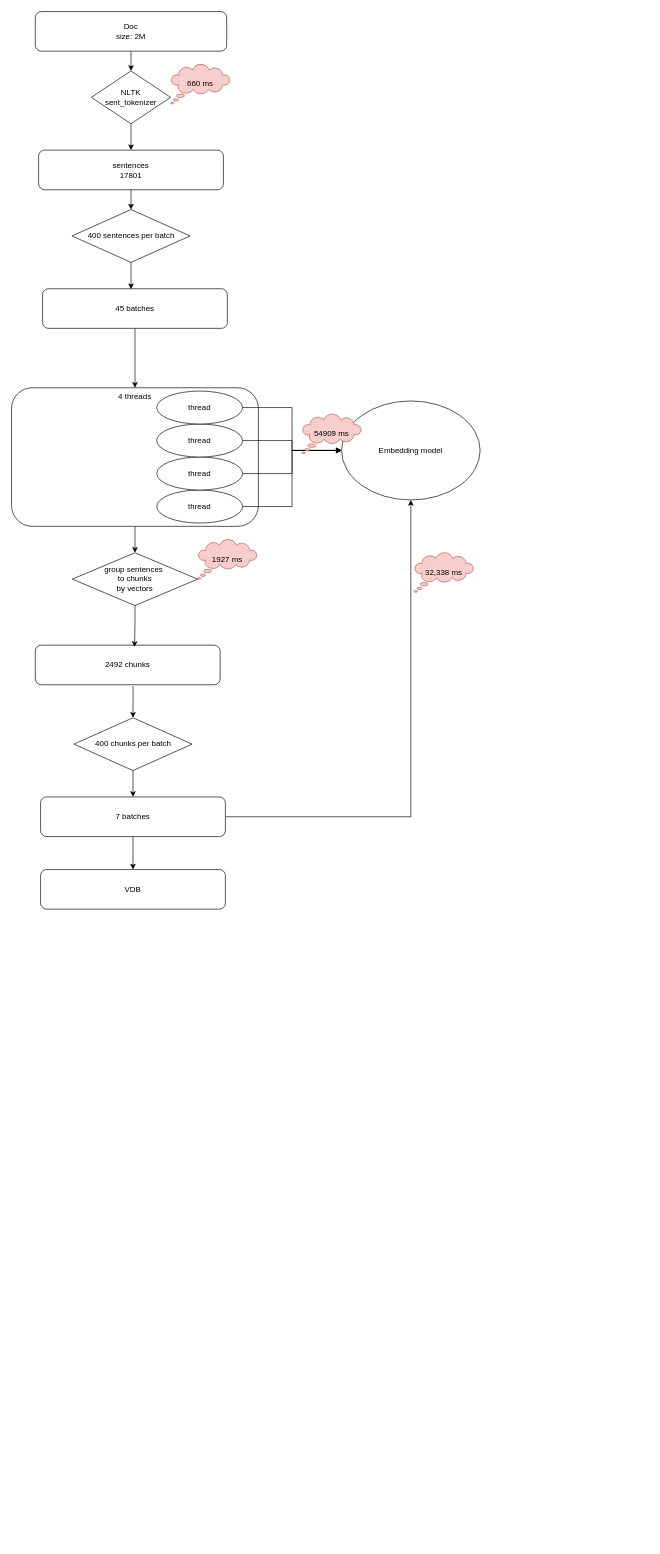
This is LLM/Adaptive chunk timing.drawio from Ice-YcY/Diagram, a draw.io file, before an edit. Source tidied: cells renumbered, new cells numbered last; positions are measured from the earlier drawing's top-left corner, leaving out a move shared by most shapes. Both pictures are drawn from the tidied source at 66%, with x=0, y=0 at pixel (11, 11).
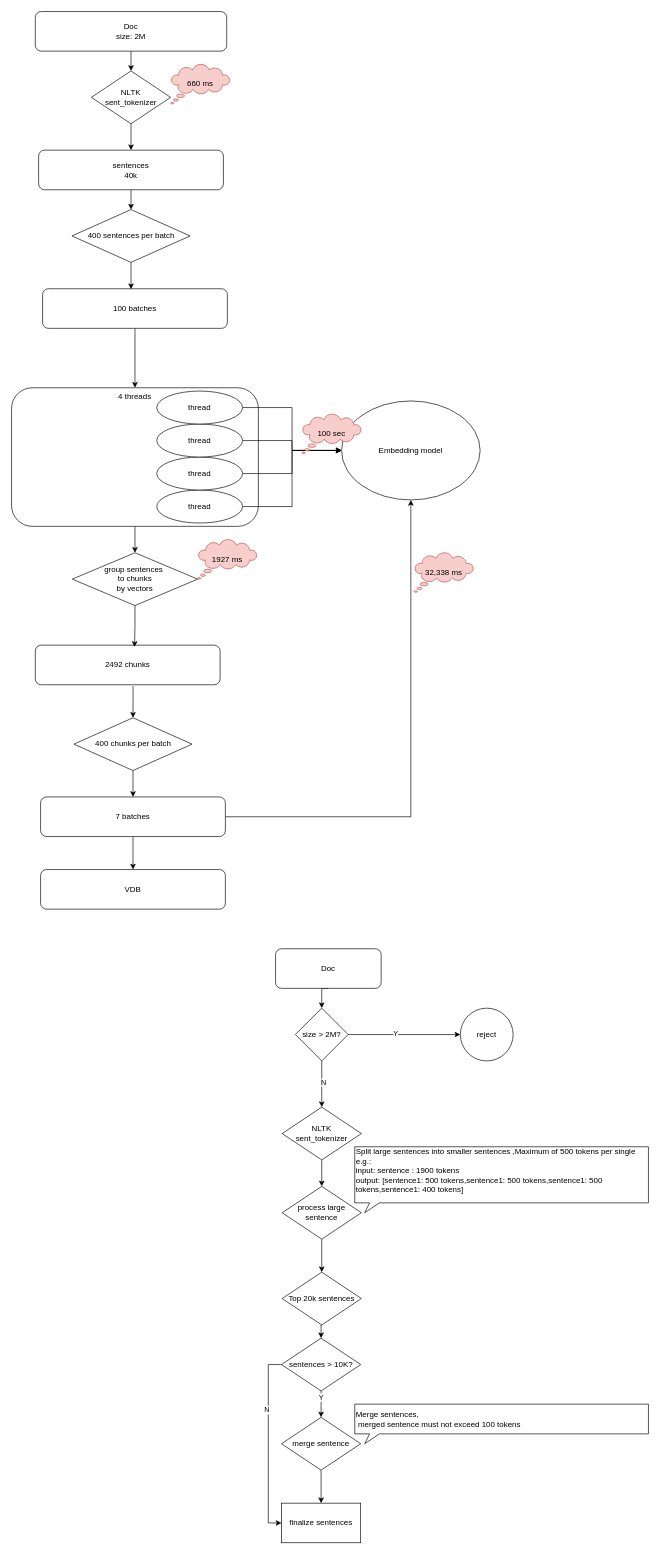
The same diagram, later.

Diff of the diagram source:
```diff
@@
-    <mxCell id="5" value="&lt;div&gt;sentences&lt;/div&gt;&lt;div&gt;17801&lt;/div&gt;" style="rounded=1;whiteSpace=wrap;html=1;" parent="1" vertex="1">
+    <mxCell id="5" value="&lt;div&gt;sentences&lt;/div&gt;&lt;div&gt;40k&lt;/div&gt;" style="rounded=1;whiteSpace=wrap;html=1;" parent="1" vertex="1">
       <mxGeometry x="41" y="210" width="280" height="60" as="geometry" />
     </mxCell>
@@
-    <mxCell id="11" value="&lt;div&gt;45 batches&lt;/div&gt;" style="rounded=1;whiteSpace=wrap;html=1;" parent="1" vertex="1">
+    <mxCell id="11" value="&lt;div&gt;100 batches&lt;/div&gt;" style="rounded=1;whiteSpace=wrap;html=1;" parent="1" vertex="1">
       <mxGeometry x="47" y="420" width="280" height="60" as="geometry" />
     </mxCell>
@@
-    <mxCell id="34" value="54909 ms" style="whiteSpace=wrap;html=1;shape=mxgraph.basic.cloud_callout;fillColor=#f8cecc;strokeColor=#b85450;" parent="1" vertex="1">
+    <mxCell id="34" value="100 sec" style="whiteSpace=wrap;html=1;shape=mxgraph.basic.cloud_callout;fillColor=#f8cecc;strokeColor=#b85450;" parent="1" vertex="1">
       <mxGeometry x="440" y="610" width="90" height="60" as="geometry" />
     </mxCell>
@@
+    <mxCell id="37" style="edgeStyle=orthogonalEdgeStyle;rounded=0;jettySize=auto;html=1;exitX=0.5;exitY=1;exitDx=0;exitDy=0;entryX=0.5;entryY=0;entryDx=0;entryDy=0;" parent="1" edge="1" source="38" target="45">
+      <mxGeometry relative="1" as="geometry" />
+    </mxCell>
+    <mxCell id="38" value="Doc" style="rounded=1;whiteSpace=wrap;html=1;" parent="1" vertex="1">
+      <mxGeometry x="400" y="1420" width="160" height="60" as="geometry" />
+    </mxCell>
+    <mxCell id="39" style="edgeStyle=orthogonalEdgeStyle;rounded=0;jettySize=auto;html=1;exitX=0.5;exitY=1;exitDx=0;exitDy=0;entryX=0.5;entryY=0;entryDx=0;entryDy=0;" parent="1" edge="1" source="40" target="48">
+      <mxGeometry relative="1" as="geometry" />
+    </mxCell>
+    <mxCell id="40" value="NLTK&lt;div&gt;sent_tokenizer&lt;/div&gt;" style="rhombus;whiteSpace=wrap;html=1;" parent="1" vertex="1">
+      <mxGeometry x="410" y="1660" width="120" height="80" as="geometry" />
+    </mxCell>
+    <mxCell id="41" style="edgeStyle=orthogonalEdgeStyle;rounded=0;jettySize=auto;html=1;exitX=1;exitY=0.5;exitDx=0;exitDy=0;entryX=0;entryY=0.5;entryDx=0;entryDy=0;" parent="1" edge="1" source="45" target="46">
+      <mxGeometry relative="1" as="geometry" />
+    </mxCell>
+    <mxCell id="42" value="Y" style="edgeLabel;html=1;align=center;verticalAlign=middle;" parent="41" vertex="1">
+      <mxGeometry x="-0.16" y="2" relative="1" as="geometry" />
+    </mxCell>
+    <mxCell id="43" style="edgeStyle=orthogonalEdgeStyle;rounded=0;jettySize=auto;html=1;exitX=0.5;exitY=1;exitDx=0;exitDy=0;entryX=0.5;entryY=0;entryDx=0;entryDy=0;" parent="1" edge="1" source="45" target="40">
+      <mxGeometry relative="1" as="geometry" />
+    </mxCell>
+    <mxCell id="44" value="N" style="edgeLabel;html=1;align=center;verticalAlign=middle;" parent="43" vertex="1">
+      <mxGeometry x="-0.09" y="2" relative="1" as="geometry" />
+    </mxCell>
+    <mxCell id="45" value="size &amp;gt; 2M?" style="rhombus;whiteSpace=wrap;html=1;" parent="1" vertex="1">
+      <mxGeometry x="430" y="1510" width="80" height="80" as="geometry" />
+    </mxCell>
+    <mxCell id="46" value="reject" style="ellipse;whiteSpace=wrap;html=1;" parent="1" vertex="1">
+      <mxGeometry x="680" y="1510" width="80" height="80" as="geometry" />
+    </mxCell>
+    <mxCell id="47" style="edgeStyle=orthogonalEdgeStyle;rounded=0;jettySize=auto;html=1;exitX=0.5;exitY=1;exitDx=0;exitDy=0;entryX=0.5;entryY=0;entryDx=0;entryDy=0;" parent="1" edge="1" source="48" target="51">
+      <mxGeometry relative="1" as="geometry" />
+    </mxCell>
+    <mxCell id="48" value="process large sentence" style="rhombus;whiteSpace=wrap;html=1;" parent="1" vertex="1">
+      <mxGeometry x="410" y="1780" width="120" height="80" as="geometry" />
+    </mxCell>
+    <mxCell id="49" value="&lt;div&gt;Split large sentences into smaller sentences ,&lt;span style=&quot;background-color: initial;&quot;&gt;Maximum of 500 tokens per single&lt;/span&gt;&lt;/div&gt;&lt;div&gt;e.g.:&amp;nbsp;&lt;/div&gt;&lt;div&gt;&lt;span style=&quot;background-color: initial;&quot;&gt;input: sentence : 1900 tokens&lt;/span&gt;&lt;/div&gt;&lt;div&gt;output: [sentence1: 500 tokens,&lt;span style=&quot;background-color: initial;&quot;&gt;sentence1: 500 tokens,&lt;/span&gt;&lt;span style=&quot;background-color: initial;&quot;&gt;sentence1: 500 tokens,&lt;/span&gt;&lt;span style=&quot;background-color: initial;&quot;&gt;sentence1: 400 tokens&lt;/span&gt;&lt;span style=&quot;background-color: initial;&quot;&gt;]&lt;/span&gt;&lt;/div&gt;&lt;div&gt;&lt;br&gt;&lt;/div&gt;" style="whiteSpace=wrap;html=1;shape=mxgraph.basic.rectCallout;dx=30;dy=15;boundedLbl=1;align=left;" parent="1" vertex="1">
+      <mxGeometry x="520" y="1720" width="445" height="100" as="geometry" />
+    </mxCell>
+    <mxCell id="50" style="edgeStyle=orthogonalEdgeStyle;rounded=0;jettySize=auto;html=1;exitX=0.5;exitY=1;exitDx=0;exitDy=0;entryX=0.5;entryY=0;entryDx=0;entryDy=0;" parent="1" edge="1" source="51" target="56">
+      <mxGeometry relative="1" as="geometry" />
+    </mxCell>
+    <mxCell id="51" value="Top 20k sentences" style="rhombus;whiteSpace=wrap;html=1;" parent="1" vertex="1">
+      <mxGeometry x="410" y="1910" width="120" height="80" as="geometry" />
+    </mxCell>
+    <mxCell id="52" style="edgeStyle=orthogonalEdgeStyle;rounded=0;jettySize=auto;html=1;exitX=0.5;exitY=1;exitDx=0;exitDy=0;entryX=0.5;entryY=0;entryDx=0;entryDy=0;" parent="1" edge="1" source="56" target="58">
+      <mxGeometry relative="1" as="geometry" />
+    </mxCell>
+    <mxCell id="53" value="Y" style="edgeLabel;html=1;align=center;verticalAlign=middle;" parent="52" vertex="1">
+      <mxGeometry x="-0.53" y="-1" relative="1" as="geometry" />
+    </mxCell>
+    <mxCell id="54" style="edgeStyle=orthogonalEdgeStyle;rounded=0;jettySize=auto;html=1;exitX=0;exitY=0.5;exitDx=0;exitDy=0;entryX=0;entryY=0.5;entryDx=0;entryDy=0;" parent="1" edge="1" source="56" target="60">
+      <mxGeometry relative="1" as="geometry" />
+    </mxCell>
+    <mxCell id="55" value="N" style="edgeLabel;html=1;align=center;verticalAlign=middle;" parent="54" vertex="1">
+      <mxGeometry x="-0.37" y="-3" relative="1" as="geometry" />
+    </mxCell>
+    <mxCell id="56" value="sentences &amp;gt; 10K?" style="rhombus;whiteSpace=wrap;html=1;" parent="1" vertex="1">
+      <mxGeometry x="409" y="2010" width="120" height="80" as="geometry" />
+    </mxCell>
+    <mxCell id="57" style="edgeStyle=orthogonalEdgeStyle;rounded=0;jettySize=auto;html=1;exitX=0.5;exitY=1;exitDx=0;exitDy=0;entryX=0.5;entryY=0;entryDx=0;entryDy=0;" parent="1" edge="1" source="58" target="60">
+      <mxGeometry relative="1" as="geometry" />
+    </mxCell>
+    <mxCell id="58" value="merge sentence" style="rhombus;whiteSpace=wrap;html=1;" parent="1" vertex="1">
+      <mxGeometry x="409" y="2130" width="120" height="80" as="geometry" />
+    </mxCell>
+    <mxCell id="59" value="&lt;div&gt;Merge sentences,&amp;nbsp;&lt;/div&gt;&lt;div&gt;&amp;nbsp;merged sentence must not exceed 100 tokens&lt;br&gt;&lt;/div&gt;" style="whiteSpace=wrap;html=1;shape=mxgraph.basic.rectCallout;dx=30;dy=15;boundedLbl=1;align=left;" parent="1" vertex="1">
+      <mxGeometry x="520" y="2110" width="445" height="60" as="geometry" />
+    </mxCell>
+    <mxCell id="60" value="finalize sentences" style="rounded=0;whiteSpace=wrap;html=1;" parent="1" vertex="1">
+      <mxGeometry x="409" y="2260" width="120" height="60" as="geometry" />
+    </mxCell>
```
